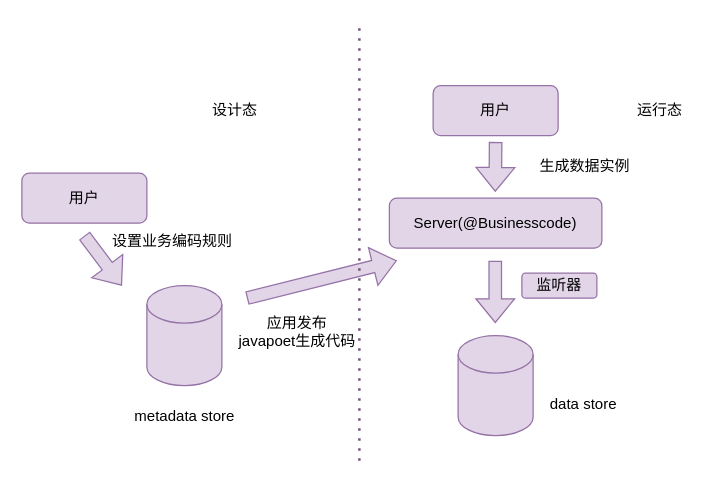
This is 未命名绘图.drawio from whiteShadow136/test, a draw.io file, before an edit. Source tidied: cells renumbered, new cells numbered last; positions are measured from the earlier drawing's top-left corner, leaving out a move shared by most shapes. Both pictures are drawn from the tidied source at 125%, with x=0, y=0 at pixel (21, 22).
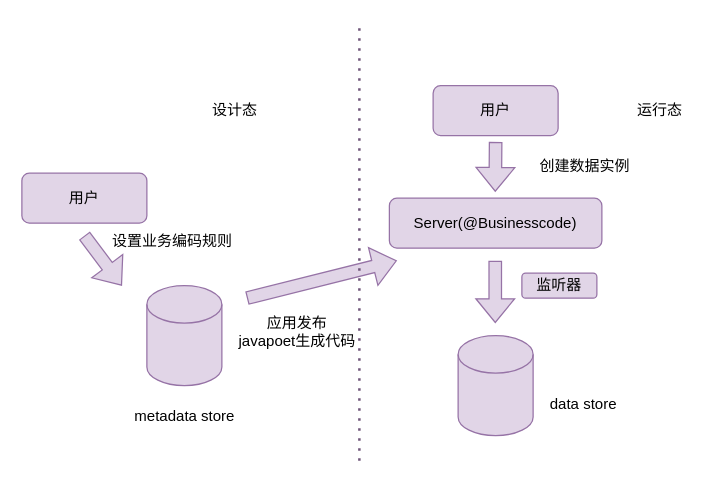
The same page after the edit.

The edit, as a diff of the source:
```diff
@@
-    <mxCell id="11" value="生成数据实例" style="text;html=1;align=center;verticalAlign=middle;strokeColor=none;fillColor=none;" parent="1" vertex="1">
+    <mxCell id="11" value="创建数据实例" style="text;html=1;align=center;verticalAlign=middle;strokeColor=none;fillColor=none;" parent="1" vertex="1">
       <mxGeometry x="400" y="100" width="100" height="30" as="geometry" />
     </mxCell>
```
